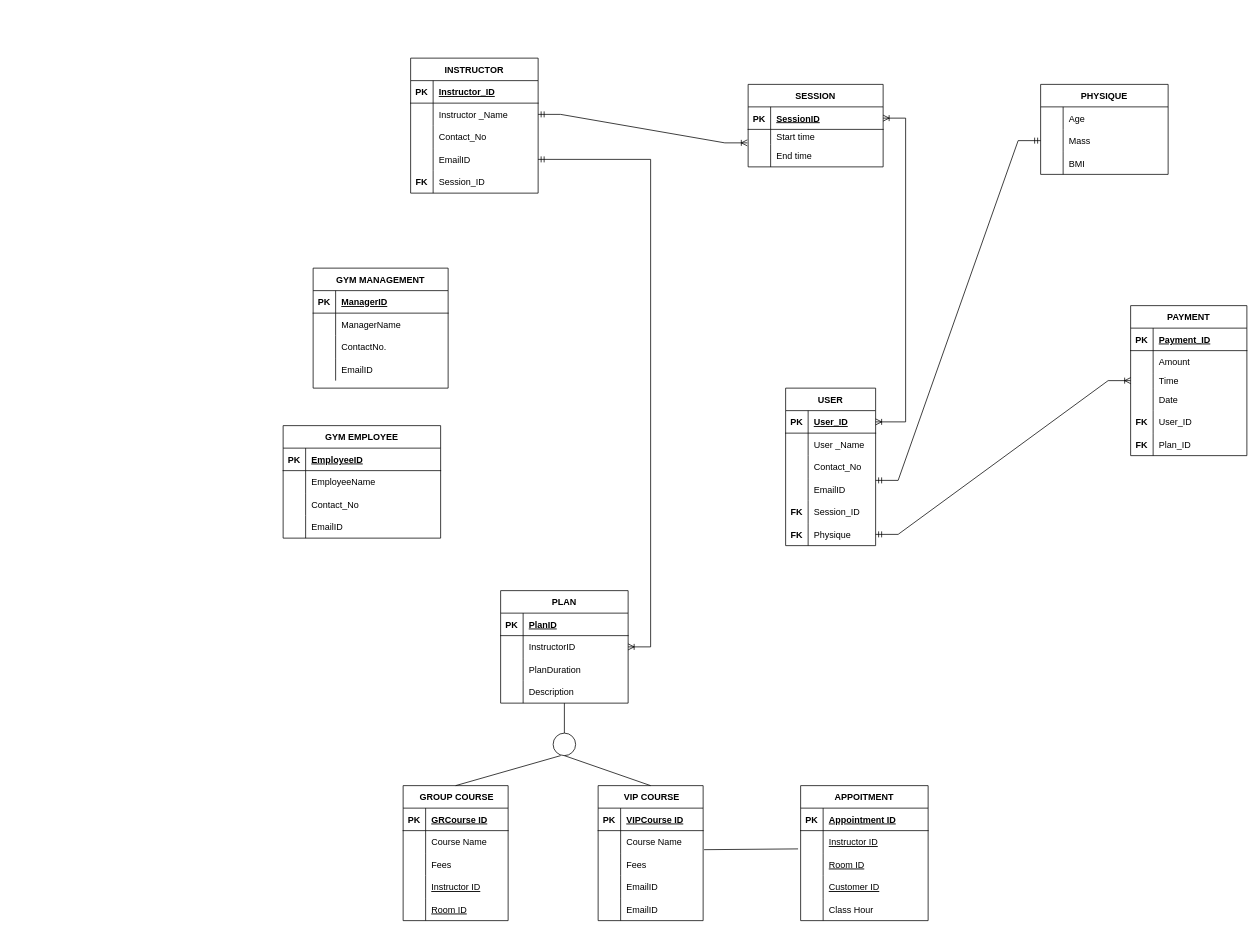
Before: Gym_Management_ERD.drawio in Tharunip/DAMG6210_PROJECT11, a draw.io diagram. Source tidied: cells renumbered, new cells numbered last; positions are measured from the earlier drawing's top-left corner, leaving out a move shared by most shapes. Both pictures are drawn from the tidied source at 75%, with x=0, y=0 at pixel (283, 58).
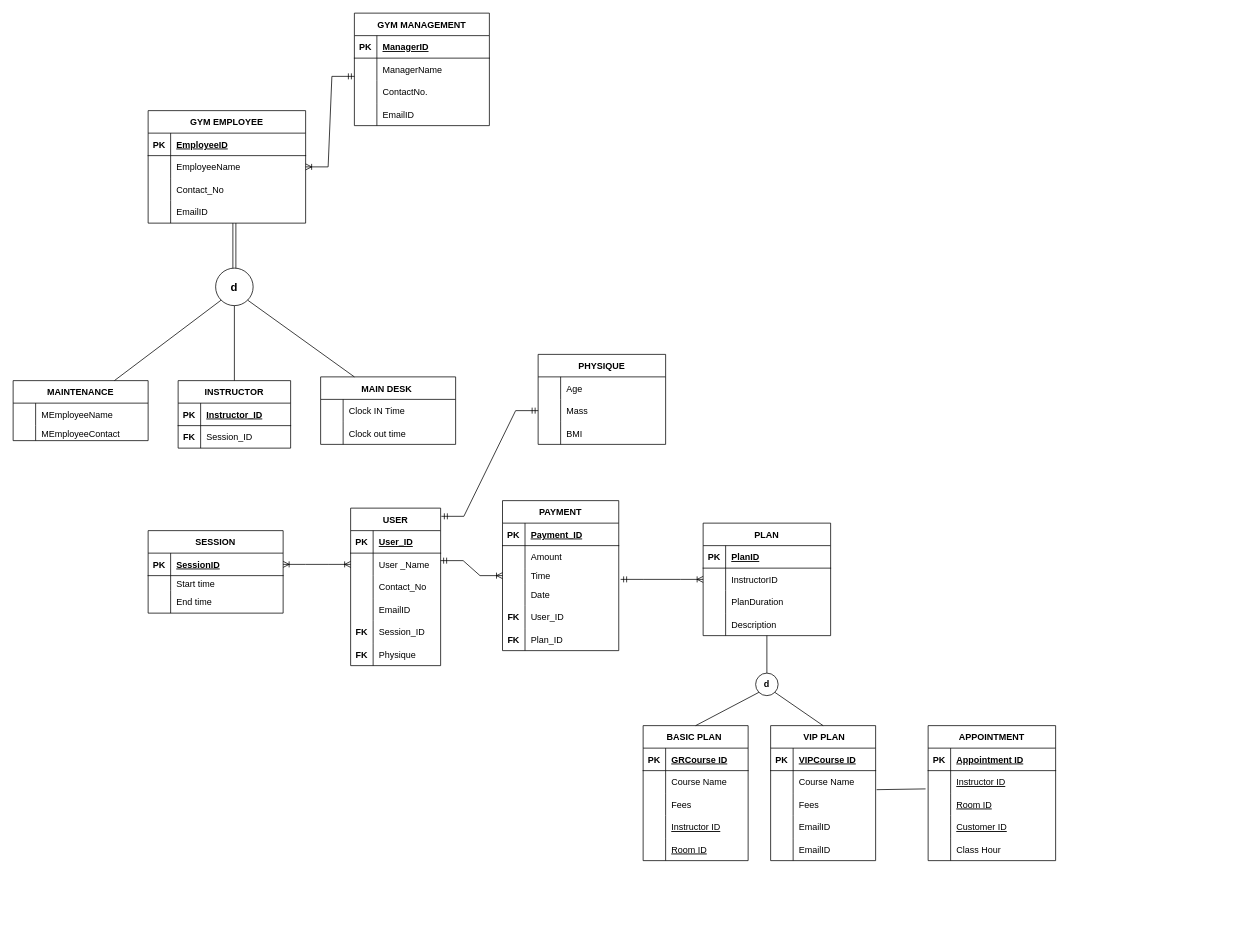
The same diagram, later.

Unchanged cells that the change refers to:
```xml
<mxCell id="6" style="shape=tableRow;horizontal=0;startSize=0;swimlaneHead=0;swimlaneBody=0;fillColor=none;points=[[0,0.5],[1,0.5]];portConstraint=eastwest;top=0;left=0;right=0;bottom=0;" parent="2" vertex="1">
  <mxGeometry y="60" width="210" height="30" as="geometry" />
</mxCell>
<mxCell id="32" style="shape=tableRow;horizontal=0;startSize=0;swimlaneHead=0;swimlaneBody=0;fillColor=none;points=[[0,0.5],[1,0.5]];portConstraint=eastwest;top=0;left=0;right=0;bottom=1;" parent="31" vertex="1">
  <mxGeometry y="30" width="180" height="30" as="geometry" />
</mxCell>
<mxCell id="38" style="shape=tableRow;horizontal=0;startSize=0;swimlaneHead=0;swimlaneBody=0;fillColor=none;points=[[0,0.5],[1,0.5]];portConstraint=eastwest;top=0;left=0;right=0;bottom=0;" parent="31" vertex="1">
  <mxGeometry y="80" width="180" height="30" as="geometry" />
</mxCell>
<mxCell id="45" style="shape=tableRow;horizontal=0;startSize=0;swimlaneHead=0;swimlaneBody=0;fillColor=none;points=[[0,0.5],[1,0.5]];portConstraint=eastwest;top=0;left=0;right=0;bottom=0;" parent="41" vertex="1">
  <mxGeometry y="60" width="170" height="30" as="geometry" />
</mxCell>
<mxCell id="52" style="shape=tableRow;horizontal=0;startSize=0;swimlaneHead=0;swimlaneBody=0;fillColor=none;points=[[0,0.5],[1,0.5]];portConstraint=eastwest;top=0;left=0;right=0;bottom=1;" parent="51" vertex="1">
  <mxGeometry y="30" width="120" height="30" as="geometry" />
</mxCell>
<mxCell id="55" style="shape=tableRow;horizontal=0;startSize=0;swimlaneHead=0;swimlaneBody=0;fillColor=none;points=[[0,0.5],[1,0.5]];portConstraint=eastwest;top=0;left=0;right=0;bottom=0;" parent="51" vertex="1">
  <mxGeometry y="60" width="120" height="30" as="geometry" />
</mxCell>
<mxCell id="67" style="shape=tableRow;horizontal=0;startSize=0;swimlaneHead=0;swimlaneBody=0;fillColor=none;points=[[0,0.5],[1,0.5]];portConstraint=eastwest;top=0;left=0;right=0;bottom=0;" parent="51" vertex="1">
  <mxGeometry y="180" width="120" height="30" as="geometry" />
</mxCell>
<mxCell id="77" style="shape=tableRow;horizontal=0;startSize=0;swimlaneHead=0;swimlaneBody=0;fillColor=none;points=[[0,0.5],[1,0.5]];portConstraint=eastwest;top=0;left=0;right=0;bottom=0;" parent="70" vertex="1">
  <mxGeometry y="90" width="155" height="20" as="geometry" />
</mxCell>
<mxCell id="93" style="shape=tableRow;horizontal=0;startSize=0;swimlaneHead=0;swimlaneBody=0;fillColor=none;points=[[0,0.5],[1,0.5]];portConstraint=eastwest;top=0;left=0;right=0;bottom=0;" parent="89" vertex="1">
  <mxGeometry y="60" width="170" height="30" as="geometry" />
</mxCell>
<mxCell id="128" style="shape=tableRow;horizontal=0;startSize=0;swimlaneHead=0;swimlaneBody=0;fillColor=none;points=[[0,0.5],[1,0.5]];portConstraint=eastwest;top=0;left=0;right=0;bottom=0;" parent="124" vertex="1">
  <mxGeometry y="60" width="180" height="30" as="geometry" />
</mxCell>
```

Change to the diagram source:
```diff
@@
     <mxCell id="2" value="GYM EMPLOYEE" style="shape=table;startSize=30;childLayout=tableLayout;rowLines=0;fontStyle=1;align=center;" parent="1" vertex="1">
-      <mxGeometry y="490" width="210" height="150" as="geometry" />
+      <mxGeometry x="-180" y="70" width="210" height="150" as="geometry" />
     </mxCell>
@@
     <mxCell id="15" value="INSTRUCTOR" style="shape=table;startSize=30;childLayout=tableLayout;rowLines=0;fontStyle=1;align=center;" parent="1" vertex="1">
-      <mxGeometry x="170" width="170" height="180" as="geometry" />
+      <mxGeometry x="-140" y="430" width="150" height="90" as="geometry" />
     </mxCell>
     <mxCell id="16" style="shape=tableRow;horizontal=0;startSize=0;swimlaneHead=0;swimlaneBody=0;fillColor=none;top=0;left=0;right=0;bottom=1;" parent="15" vertex="1">
-      <mxGeometry y="30" width="170" height="30" as="geometry" />
+      <mxGeometry y="30" width="150" height="30" as="geometry" />
     </mxCell>
@@
     <mxCell id="18" value="Instructor_ID" style="shape=partialRectangle;fillColor=none;top=0;left=0;bottom=0;right=0;align=left;spacingLeft=6;fontStyle=5;overflow=hidden;" parent="16" vertex="1">
-      <mxGeometry x="30" width="140" height="30" as="geometry" />
+      <mxGeometry x="30" width="120" height="30" as="geometry" />
     </mxCell>
-    <mxCell id="19" style="shape=tableRow;horizontal=0;startSize=0;swimlaneHead=0;swimlaneBody=0;fillColor=none;points=[[0,0.5],[1,0.5]];portConstraint=eastwest;top=0;left=0;right=0;bottom=0;" parent="15" vertex="1">
-      <mxGeometry y="60" width="170" height="30" as="geometry" />
-    </mxCell>
-    <mxCell id="20" style="shape=partialRectangle;fillColor=none;top=0;left=0;bottom=0;right=0;overflow=hidden;" parent="19" vertex="1">
-      <mxGeometry width="30" height="30" as="geometry" />
-    </mxCell>
-    <mxCell id="21" value="Instructor _Name" style="shape=partialRectangle;fillColor=none;top=0;left=0;bottom=0;right=0;align=left;spacingLeft=6;overflow=hidden;" parent="19" vertex="1">
-      <mxGeometry x="30" width="140" height="30" as="geometry" />
-    </mxCell>
-    <mxCell id="22" style="shape=tableRow;horizontal=0;startSize=0;swimlaneHead=0;swimlaneBody=0;fillColor=none;top=0;left=0;right=0;bottom=0;" parent="15" vertex="1">
-      <mxGeometry y="90" width="170" height="30" as="geometry" />
-    </mxCell>
-    <mxCell id="23" style="shape=partialRectangle;fillColor=none;top=0;left=0;bottom=0;right=0;overflow=hidden;" parent="22" vertex="1">
-      <mxGeometry width="30" height="30" as="geometry" />
-    </mxCell>
-    <mxCell id="24" value="Contact_No" style="shape=partialRectangle;fillColor=none;top=0;left=0;bottom=0;right=0;align=left;spacingLeft=6;overflow=hidden;" parent="22" vertex="1">
-      <mxGeometry x="30" width="140" height="30" as="geometry" />
-    </mxCell>
-    <mxCell id="25" style="shape=tableRow;horizontal=0;startSize=0;swimlaneHead=0;swimlaneBody=0;fillColor=none;points=[[0,0.5],[1,0.5]];portConstraint=eastwest;top=0;left=0;right=0;bottom=0;" parent="15" vertex="1">
-      <mxGeometry y="120" width="170" height="30" as="geometry" />
-    </mxCell>
-    <mxCell id="26" style="shape=partialRectangle;fillColor=none;top=0;left=0;bottom=0;right=0;overflow=hidden;" parent="25" vertex="1">
-      <mxGeometry width="30" height="30" as="geometry" />
-    </mxCell>
-    <mxCell id="27" value="EmailID" style="shape=partialRectangle;fillColor=none;top=0;left=0;bottom=0;right=0;align=left;spacingLeft=6;overflow=hidden;" parent="25" vertex="1">
-      <mxGeometry x="30" width="140" height="30" as="geometry" />
-    </mxCell>
     <mxCell id="28" style="shape=tableRow;horizontal=0;startSize=0;swimlaneHead=0;swimlaneBody=0;fillColor=none;top=0;left=0;right=0;bottom=0;" parent="15" vertex="1">
-      <mxGeometry y="150" width="170" height="30" as="geometry" />
+      <mxGeometry y="60" width="150" height="30" as="geometry" />
     </mxCell>
@@
     <mxCell id="30" value="Session_ID" style="shape=partialRectangle;fillColor=none;top=0;left=0;bottom=0;right=0;align=left;spacingLeft=6;overflow=hidden;" parent="28" vertex="1">
-      <mxGeometry x="30" width="140" height="30" as="geometry" />
+      <mxGeometry x="30" width="120" height="30" as="geometry" />
     </mxCell>
     <mxCell id="31" value="SESSION" style="shape=table;startSize=30;childLayout=tableLayout;rowLines=0;fontStyle=1;align=center;" parent="1" vertex="1">
-      <mxGeometry x="620" y="35" width="180" height="110" as="geometry" />
+      <mxGeometry x="-180" y="630" width="180" height="110" as="geometry" />
     </mxCell>
@@
     <mxCell id="41" value="PHYSIQUE" style="shape=table;startSize=30;childLayout=tableLayout;rowLines=0;fontStyle=1;align=center;" parent="1" vertex="1">
-      <mxGeometry x="1010" y="35" width="170" height="120" as="geometry" />
+      <mxGeometry x="340" y="395" width="170" height="120" as="geometry" />
     </mxCell>
@@
     <mxCell id="51" value="USER" style="shape=table;startSize=30;childLayout=tableLayout;rowLines=0;fontStyle=1;align=center;" parent="1" vertex="1">
-      <mxGeometry x="670" y="440" width="120" height="210" as="geometry" />
+      <mxGeometry x="90" y="600" width="120" height="210" as="geometry" />
     </mxCell>
@@
     <mxCell id="70" value="PAYMENT" style="shape=table;startSize=30;childLayout=tableLayout;rowLines=0;fontStyle=1;align=center;" parent="1" vertex="1">
-      <mxGeometry x="1130" y="330" width="155" height="200" as="geometry" />
+      <mxGeometry x="292.5" y="590" width="155" height="200" as="geometry" />
     </mxCell>
@@
     <mxCell id="89" value="PLAN" style="shape=table;startSize=30;childLayout=tableLayout;rowLines=0;fontStyle=1;align=center;" parent="1" vertex="1">
-      <mxGeometry x="290" y="710" width="170" height="150" as="geometry" />
+      <mxGeometry x="560" y="620" width="170" height="150" as="geometry" />
     </mxCell>
@@
-    <mxCell id="102" style="edgeStyle=entityRelationEdgeStyle;fontSize=12;html=1;endArrow=ERoneToMany;startArrow=ERmandOne;rounded=0;entryX=0;entryY=0.5;entryDx=0;entryDy=0;exitX=1;exitY=0.5;exitDx=0;exitDy=0;" parent="1" edge="1" source="67" target="77">
-      <mxGeometry relative="1" as="geometry" />
+    <mxCell id="102" style="edgeStyle=entityRelationEdgeStyle;fontSize=12;html=1;endArrow=ERoneToMany;startArrow=ERmandOne;rounded=0;entryX=0;entryY=0.5;entryDx=0;entryDy=0;" parent="1" edge="1" target="77">
+      <mxGeometry relative="1" as="geometry">
+        <mxPoint x="210" y="670" as="sourcePoint" />
+      </mxGeometry>
     </mxCell>
-    <mxCell id="103" style="shape=tableRow;horizontal=0;startSize=0;swimlaneHead=0;swimlaneBody=0;fillColor=none;top=0;left=0;right=0;bottom=0;" parent="1" vertex="1">
-      <mxGeometry x="240" y="850" width="170" height="30" as="geometry" />
-    </mxCell>
-    <mxCell id="104" style="shape=partialRectangle;fillColor=none;top=0;left=0;bottom=0;right=0;overflow=hidden;" parent="103" vertex="1">
-      <mxGeometry width="30" height="30" as="geometry" />
-    </mxCell>
-    <mxCell id="105" style="edgeStyle=entityRelationEdgeStyle;fontSize=12;html=1;endArrow=ERmandOne;startArrow=ERmandOne;rounded=0;entryX=0;entryY=0.5;entryDx=0;entryDy=0;" parent="1" edge="1" target="45">
-      <mxGeometry relative="1" as="geometry">
-        <mxPoint x="790" y="563" as="sourcePoint" />
-      </mxGeometry>
+    <mxCell id="105" style="edgeStyle=entityRelationEdgeStyle;fontSize=12;html=1;endArrow=ERmandOne;startArrow=ERmandOne;rounded=0;entryX=0;entryY=0.5;entryDx=0;entryDy=0;exitX=1.008;exitY=0.052;exitDx=0;exitDy=0;exitPerimeter=0;" parent="1" edge="1" source="51" target="45">
+      <mxGeometry relative="1" as="geometry" />
     </mxCell>
@@
-    <mxCell id="107" style="edgeStyle=entityRelationEdgeStyle;fontSize=12;html=1;endArrow=ERoneToMany;startArrow=ERoneToMany;rounded=0;exitX=1;exitY=0.5;exitDx=0;exitDy=0;" parent="1" edge="1" source="52" target="32">
+    <mxCell id="107" style="edgeStyle=entityRelationEdgeStyle;fontSize=12;html=1;endArrow=ERoneToMany;startArrow=ERoneToMany;rounded=0;exitX=0;exitY=0.5;exitDx=0;exitDy=0;" parent="1" edge="1" source="55" target="32">
       <mxGeometry relative="1" as="geometry" />
     </mxCell>
-    <mxCell id="108" value=" GROUP COURSE" style="shape=table;startSize=30;childLayout=tableLayout;rowLines=0;fontStyle=1;align=center;" parent="1" vertex="1">
-      <mxGeometry x="160" y="970" width="140" height="180" as="geometry" />
+    <mxCell id="108" value="BASIC PLAN " style="shape=table;startSize=30;childLayout=tableLayout;rowLines=0;fontStyle=1;align=center;" parent="1" vertex="1">
+      <mxGeometry x="480" y="890" width="140" height="180" as="geometry" />
     </mxCell>
@@
     <mxCell id="124" value="GYM MANAGEMENT" style="shape=table;startSize=30;childLayout=tableLayout;rowLines=0;fontStyle=1;align=center;" parent="1" vertex="1">
-      <mxGeometry x="40" y="280" width="180" height="160" as="geometry" />
+      <mxGeometry x="95" y="-60" width="180" height="150" as="geometry" />
     </mxCell>
@@
-    <mxCell id="137" value=" VIP COURSE" style="shape=table;startSize=30;childLayout=tableLayout;rowLines=0;fontStyle=1;align=center;" parent="1" vertex="1">
-      <mxGeometry x="420" y="970" width="140" height="180" as="geometry" />
+    <mxCell id="137" value=" VIP PLAN" style="shape=table;startSize=30;childLayout=tableLayout;rowLines=0;fontStyle=1;align=center;" parent="1" vertex="1">
+      <mxGeometry x="650" y="890" width="140" height="180" as="geometry" />
     </mxCell>
@@
-    <mxCell id="153" style="edgeStyle=entityRelationEdgeStyle;fontSize=12;html=1;endArrow=ERoneToMany;startArrow=ERmandOne;rounded=0;exitX=1;exitY=0.5;exitDx=0;exitDy=0;entryX=-0.006;entryY=-0.067;entryDx=0;entryDy=0;entryPerimeter=0;" parent="1" edge="1" source="19" target="38">
-      <mxGeometry relative="1" as="geometry" />
-    </mxCell>
-    <mxCell id="154" value="APPOITMENT" style="shape=table;startSize=30;childLayout=tableLayout;rowLines=0;fontStyle=1;align=center;" parent="1" vertex="1">
-      <mxGeometry x="690" y="970" width="170" height="180" as="geometry" />
+    <mxCell id="154" value="APPOINTMENT" style="shape=table;startSize=30;childLayout=tableLayout;rowLines=0;fontStyle=1;align=center;" parent="1" vertex="1">
+      <mxGeometry x="860" y="890" width="170" height="180" as="geometry" />
     </mxCell>
@@
-    <mxCell id="170" style="edgeStyle=entityRelationEdgeStyle;fontSize=12;html=1;endArrow=ERoneToMany;startArrow=ERmandOne;rounded=0;exitX=1;exitY=0.5;exitDx=0;exitDy=0;" parent="1" edge="1" source="25" target="93">
-      <mxGeometry relative="1" as="geometry" />
+    <mxCell id="170" style="edgeStyle=entityRelationEdgeStyle;fontSize=12;html=1;endArrow=ERoneToMany;startArrow=ERmandOne;rounded=0;" parent="1" edge="1" target="93">
+      <mxGeometry relative="1" as="geometry">
+        <mxPoint x="450" y="695" as="sourcePoint" />
+      </mxGeometry>
     </mxCell>
@@
-    <mxCell id="175" style="ellipse;whiteSpace=wrap;html=1;" parent="1" vertex="1">
-      <mxGeometry x="360" y="900" width="30" height="30" as="geometry" />
+    <mxCell id="175" value="&lt;b&gt;d&lt;/b&gt;" style="ellipse;whiteSpace=wrap;html=1;" parent="1" vertex="1">
+      <mxGeometry x="630" y="820" width="30" height="30" as="geometry" />
     </mxCell>
-    <mxCell id="176" style="endArrow=none;html=1;rounded=0;exitX=0.5;exitY=0;exitDx=0;exitDy=0;" parent="1" edge="1" source="108">
-      <mxGeometry relative="1" as="geometry">
-        <mxPoint x="370" y="930" as="targetPoint" />
-      </mxGeometry>
+    <mxCell id="176" style="endArrow=none;html=1;rounded=0;exitX=0.5;exitY=0;exitDx=0;exitDy=0;entryX=0;entryY=1;entryDx=0;entryDy=0;" parent="1" edge="1" source="108" target="175">
+      <mxGeometry relative="1" as="geometry" />
     </mxCell>
-    <mxCell id="177" style="endArrow=none;html=1;rounded=0;exitX=0.5;exitY=1;exitDx=0;exitDy=0;entryX=0.5;entryY=0;entryDx=0;entryDy=0;" parent="1" edge="1" source="175" target="137">
+    <mxCell id="177" style="endArrow=none;html=1;rounded=0;entryX=0.5;entryY=0;entryDx=0;entryDy=0;exitX=1;exitY=1;exitDx=0;exitDy=0;" parent="1" edge="1" source="175" target="137">
       <mxGeometry relative="1" as="geometry" />
     </mxCell>
@@
+    <mxCell id="179" value="MAINTENANCE" style="shape=table;startSize=30;childLayout=tableLayout;rowLines=0;fontStyle=1;align=center;" parent="1" vertex="1">
+      <mxGeometry x="-360" y="430" width="180" height="80" as="geometry" />
+    </mxCell>
+    <mxCell id="180" style="shape=tableRow;horizontal=0;startSize=0;swimlaneHead=0;swimlaneBody=0;fillColor=none;top=0;left=0;right=0;bottom=0;" parent="179" vertex="1">
+      <mxGeometry y="30" width="180" height="30" as="geometry" />
+    </mxCell>
+    <mxCell id="181" style="shape=partialRectangle;fillColor=none;top=0;left=0;bottom=0;right=0;overflow=hidden;" parent="180" vertex="1">
+      <mxGeometry width="30" height="30" as="geometry" />
+    </mxCell>
+    <mxCell id="182" value="MEmployeeName " style="shape=partialRectangle;fillColor=none;top=0;left=0;bottom=0;right=0;align=left;spacingLeft=6;overflow=hidden;" parent="180" vertex="1">
+      <mxGeometry x="30" width="150" height="30" as="geometry" />
+    </mxCell>
+    <mxCell id="183" style="shape=tableRow;horizontal=0;startSize=0;swimlaneHead=0;swimlaneBody=0;fillColor=none;top=0;left=0;right=0;bottom=0;" parent="179" vertex="1">
+      <mxGeometry y="60" width="180" height="20" as="geometry" />
+    </mxCell>
+    <mxCell id="184" style="shape=partialRectangle;fillColor=none;top=0;left=0;bottom=0;right=0;overflow=hidden;" parent="183" vertex="1">
+      <mxGeometry width="30" height="20" as="geometry" />
+    </mxCell>
+    <mxCell id="185" value="MEmployeeContact " style="shape=partialRectangle;fillColor=none;top=0;left=0;bottom=0;right=0;align=left;spacingLeft=6;overflow=hidden;" parent="183" vertex="1">
+      <mxGeometry x="30" width="150" height="20" as="geometry" />
+    </mxCell>
+    <mxCell id="186" value="MAIN DESK " style="shape=table;startSize=30;childLayout=tableLayout;rowLines=0;fontStyle=1;align=center;" parent="1" vertex="1">
+      <mxGeometry x="50" y="425" width="180" height="90" as="geometry" />
+    </mxCell>
+    <mxCell id="187" style="shape=tableRow;horizontal=0;startSize=0;swimlaneHead=0;swimlaneBody=0;fillColor=none;top=0;left=0;right=0;bottom=0;" parent="186" vertex="1">
+      <mxGeometry y="30" width="180" height="30" as="geometry" />
+    </mxCell>
+    <mxCell id="188" style="shape=partialRectangle;fillColor=none;top=0;left=0;bottom=0;right=0;overflow=hidden;" parent="187" vertex="1">
+      <mxGeometry width="30" height="30" as="geometry" />
+    </mxCell>
+    <mxCell id="189" value="Clock IN Time " style="shape=partialRectangle;fillColor=none;top=0;left=0;bottom=0;right=0;align=left;spacingLeft=6;overflow=hidden;" parent="187" vertex="1">
+      <mxGeometry x="30" width="150" height="30" as="geometry" />
+    </mxCell>
+    <mxCell id="190" style="shape=tableRow;horizontal=0;startSize=0;swimlaneHead=0;swimlaneBody=0;fillColor=none;top=0;left=0;right=0;bottom=0;" parent="186" vertex="1">
+      <mxGeometry y="60" width="180" height="30" as="geometry" />
+    </mxCell>
+    <mxCell id="191" style="shape=partialRectangle;fillColor=none;top=0;left=0;bottom=0;right=0;overflow=hidden;" parent="190" vertex="1">
+      <mxGeometry width="30" height="30" as="geometry" />
+    </mxCell>
+    <mxCell id="192" value="Clock out time " style="shape=partialRectangle;fillColor=none;top=0;left=0;bottom=0;right=0;align=left;spacingLeft=6;overflow=hidden;" parent="190" vertex="1">
+      <mxGeometry x="30" width="150" height="30" as="geometry" />
+    </mxCell>
+    <mxCell id="193" value="&lt;font style=&quot;font-size: 15px&quot;&gt;&lt;b&gt;d&lt;/b&gt;&lt;/font&gt;" style="ellipse;whiteSpace=wrap;html=1;" parent="1" vertex="1">
+      <mxGeometry x="-90" y="280" width="50" height="50" as="geometry" />
+    </mxCell>
+    <mxCell id="194" style="endArrow=none;html=1;rounded=0;fontSize=15;exitX=0.75;exitY=0;exitDx=0;exitDy=0;entryX=0;entryY=1;entryDx=0;entryDy=0;" parent="1" edge="1" source="179" target="193">
+      <mxGeometry relative="1" as="geometry" />
+    </mxCell>
+    <mxCell id="195" style="endArrow=none;html=1;rounded=0;fontSize=15;exitX=0.5;exitY=1;exitDx=0;exitDy=0;entryX=0.5;entryY=0;entryDx=0;entryDy=0;" parent="1" edge="1" source="193" target="15">
+      <mxGeometry relative="1" as="geometry" />
+    </mxCell>
+    <mxCell id="196" style="endArrow=none;html=1;rounded=0;fontSize=15;exitX=1;exitY=1;exitDx=0;exitDy=0;entryX=0.25;entryY=0;entryDx=0;entryDy=0;" parent="1" edge="1" source="193" target="186">
+      <mxGeometry relative="1" as="geometry" />
+    </mxCell>
+    <mxCell id="197" style="edgeStyle=entityRelationEdgeStyle;fontSize=12;html=1;endArrow=ERoneToMany;startArrow=ERmandOne;rounded=0;exitX=0;exitY=0.811;exitDx=0;exitDy=0;exitPerimeter=0;entryX=1;entryY=0.5;entryDx=0;entryDy=0;" parent="1" edge="1" source="128" target="6">
+      <mxGeometry relative="1" as="geometry" />
+    </mxCell>
+    <mxCell id="198" style="endArrow=none;html=1;rounded=0;fontSize=15;entryX=0.5;entryY=0;entryDx=0;entryDy=0;shape=link;" parent="1" edge="1" target="193">
+      <mxGeometry relative="1" as="geometry">
+        <mxPoint x="-65" y="220" as="sourcePoint" />
+      </mxGeometry>
+    </mxCell>
```
